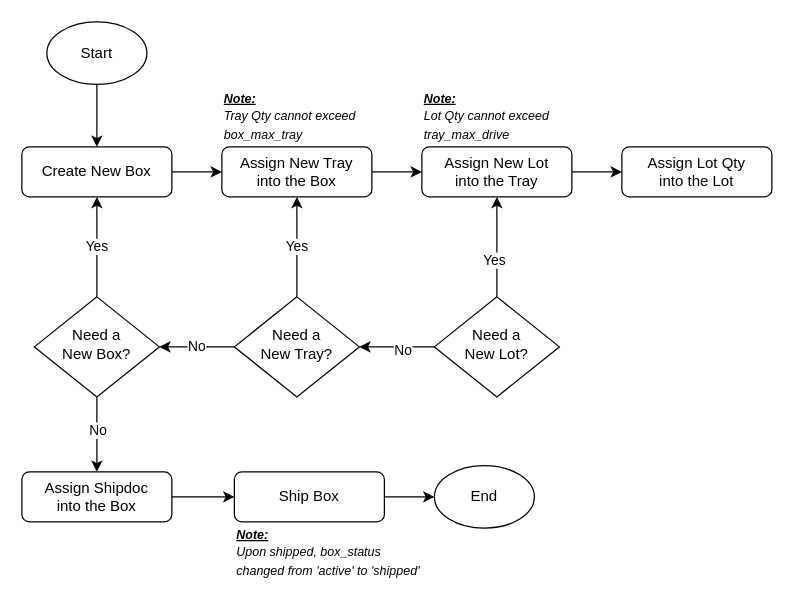
Before: Misc/flowchart.drawio in jiajunlee19/react-next-app-packing, a draw.io diagram. Source tidied: cells renumbered, new cells numbered last; positions are measured from the earlier drawing's top-left corner, leaving out a move shared by most shapes. Both pictures are drawn from the tidied source at 125%, with x=0, y=0 at pixel (21, 21).
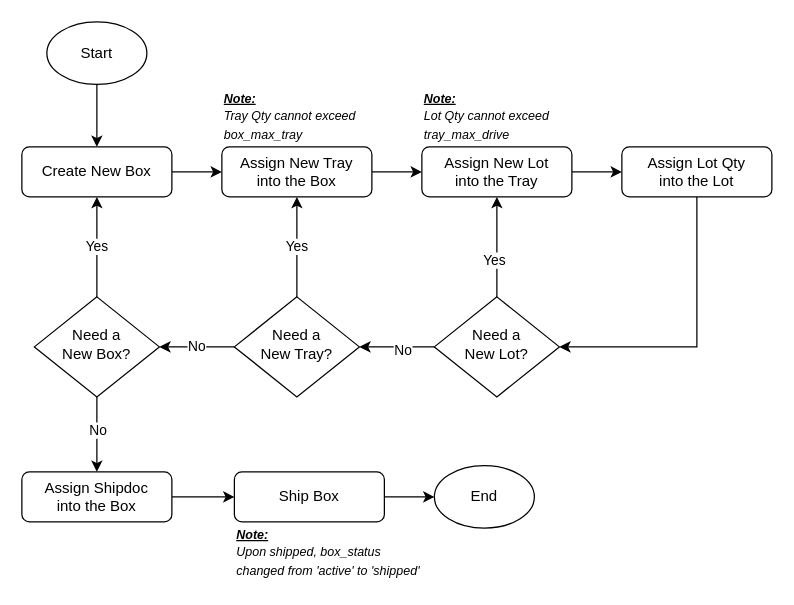
The same page after the edit.

Unchanged cells that the change refers to:
```xml
<mxCell id="14" value="Assign Lot Qty&lt;br&gt;into the Lot" style="rounded=1;whiteSpace=wrap;html=1;fontSize=12;glass=0;strokeWidth=1;shadow=0;" parent="1" vertex="1">
  <mxGeometry x="480" y="100" width="120" height="40" as="geometry" />
</mxCell>
<mxCell id="23" value="Need a &lt;br&gt;New Lot?" style="rhombus;whiteSpace=wrap;html=1;shadow=0;fontFamily=Helvetica;fontSize=12;align=center;strokeWidth=1;spacing=6;spacingTop=-4;" parent="1" vertex="1">
  <mxGeometry x="330" y="220" width="100" height="80" as="geometry" />
</mxCell>
```

Change to the diagram source:
```diff
@@
+    <mxCell id="31" style="edgeStyle=orthogonalEdgeStyle;rounded=0;jettySize=auto;html=1;entryX=1;entryY=0.5;entryDx=0;entryDy=0;exitX=0.5;exitY=1;exitDx=0;exitDy=0;" parent="1" edge="1" source="14" target="23">
+      <mxGeometry relative="1" as="geometry" />
+    </mxCell>
```
